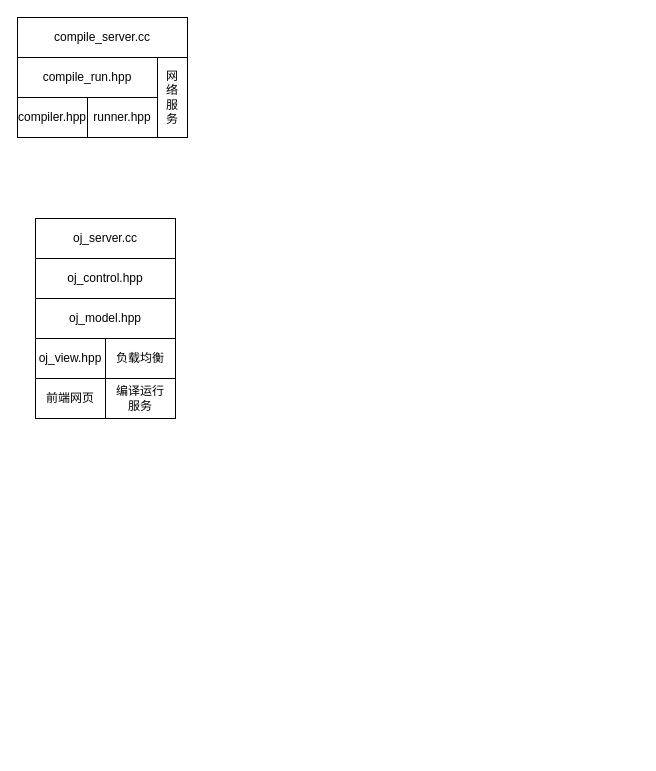
The draw.io diagram page "第 1 页" (1 of 2) of 算法/负载均衡OJ.drawio in xyshawy/DRAW, before the edit. Source tidied: cells renumbered, new cells numbered last; positions are measured from the earlier drawing's top-left corner, leaving out a move shared by most shapes. Both pictures are drawn from the tidied source at 100%, with x=0, y=0 at pixel (17, 17).
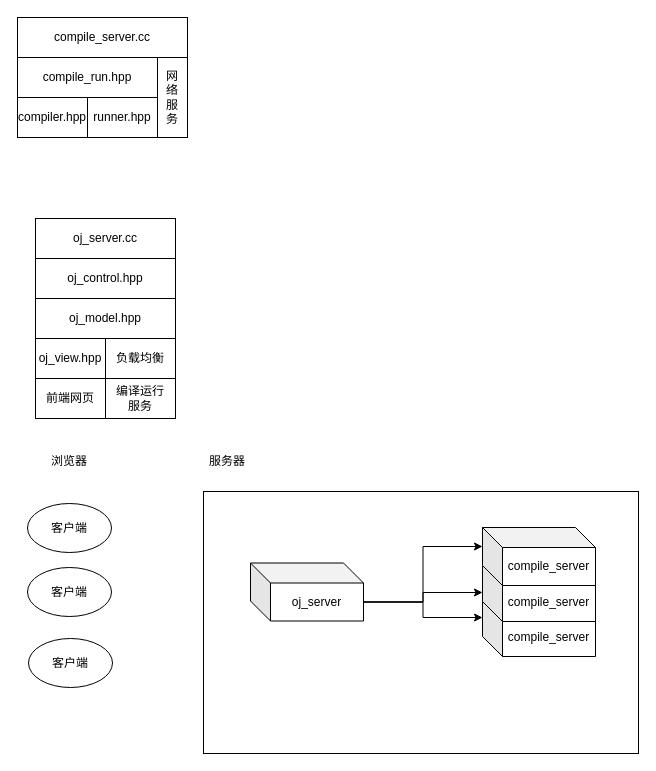
The same page after the edit.

Commit message:
更新负载均衡OJ.drawio

What changed in the source:
```diff
@@
+    <mxCell id="14" value="客户端" style="ellipse;whiteSpace=wrap;html=1;" parent="1" vertex="1">
+      <mxGeometry x="10" y="486" width="84" height="49" as="geometry" />
+    </mxCell>
+    <mxCell id="15" value="客户端" style="ellipse;whiteSpace=wrap;html=1;" parent="1" vertex="1">
+      <mxGeometry x="10" y="550" width="84" height="49" as="geometry" />
+    </mxCell>
+    <mxCell id="16" value="客户端" style="ellipse;whiteSpace=wrap;html=1;" parent="1" vertex="1">
+      <mxGeometry x="11" y="621" width="84" height="49" as="geometry" />
+    </mxCell>
+    <mxCell id="17" style="rounded=0;whiteSpace=wrap;html=1;" parent="1" vertex="1">
+      <mxGeometry x="186" y="474" width="435" height="262" as="geometry" />
+    </mxCell>
+    <mxCell id="18" style="edgeStyle=orthogonalEdgeStyle;rounded=0;jettySize=auto;html=1;exitX=0;exitY=0;exitDx=113;exitDy=39;exitPerimeter=0;" parent="1" edge="1" source="19" target="21">
+      <mxGeometry relative="1" as="geometry" />
+    </mxCell>
+    <mxCell id="19" value="oj_server" style="shape=cube;whiteSpace=wrap;html=1;boundedLbl=1;backgroundOutline=1;darkOpacity=0.05;darkOpacity2=0.1;" parent="1" vertex="1">
+      <mxGeometry x="233" y="545.5" width="113" height="58" as="geometry" />
+    </mxCell>
+    <mxCell id="20" value="compile_server" style="shape=cube;whiteSpace=wrap;html=1;boundedLbl=1;backgroundOutline=1;darkOpacity=0.05;darkOpacity2=0.1;" parent="1" vertex="1">
+      <mxGeometry x="465" y="581" width="113" height="58" as="geometry" />
+    </mxCell>
+    <mxCell id="21" value="compile_server" style="shape=cube;whiteSpace=wrap;html=1;boundedLbl=1;backgroundOutline=1;darkOpacity=0.05;darkOpacity2=0.1;" parent="1" vertex="1">
+      <mxGeometry x="465" y="546" width="113" height="58" as="geometry" />
+    </mxCell>
+    <mxCell id="22" value="compile_server" style="shape=cube;whiteSpace=wrap;html=1;boundedLbl=1;backgroundOutline=1;darkOpacity=0.05;darkOpacity2=0.1;" parent="1" vertex="1">
+      <mxGeometry x="465" y="510" width="113" height="58" as="geometry" />
+    </mxCell>
+    <mxCell id="23" value="浏览器" style="text;html=1;align=center;verticalAlign=middle;whiteSpace=wrap;rounded=0;" parent="1" vertex="1">
+      <mxGeometry x="22" y="429" width="60" height="30" as="geometry" />
+    </mxCell>
+    <mxCell id="24" value="服务器" style="text;html=1;align=center;verticalAlign=middle;whiteSpace=wrap;rounded=0;" parent="1" vertex="1">
+      <mxGeometry x="180" y="429" width="60" height="30" as="geometry" />
+    </mxCell>
+    <mxCell id="25" style="edgeStyle=orthogonalEdgeStyle;rounded=0;jettySize=auto;html=1;exitX=0;exitY=0;exitDx=113;exitDy=39;exitPerimeter=0;entryX=0;entryY=0;entryDx=0;entryDy=19;entryPerimeter=0;" parent="1" edge="1" source="19" target="22">
+      <mxGeometry relative="1" as="geometry" />
+    </mxCell>
+    <mxCell id="26" style="edgeStyle=orthogonalEdgeStyle;rounded=0;jettySize=auto;html=1;exitX=0;exitY=0;exitDx=113;exitDy=39;exitPerimeter=0;entryX=0;entryY=0;entryDx=0;entryDy=19;entryPerimeter=0;" parent="1" edge="1" source="19" target="20">
+      <mxGeometry relative="1" as="geometry" />
+    </mxCell>
```
